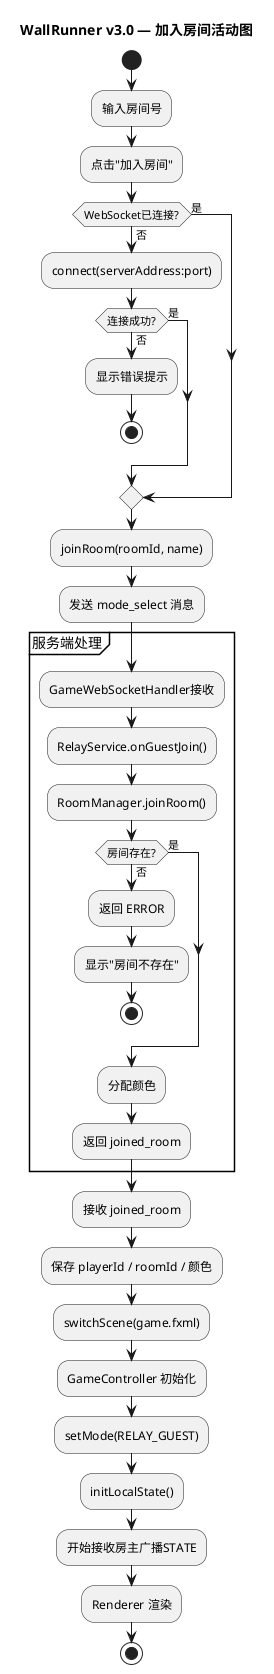
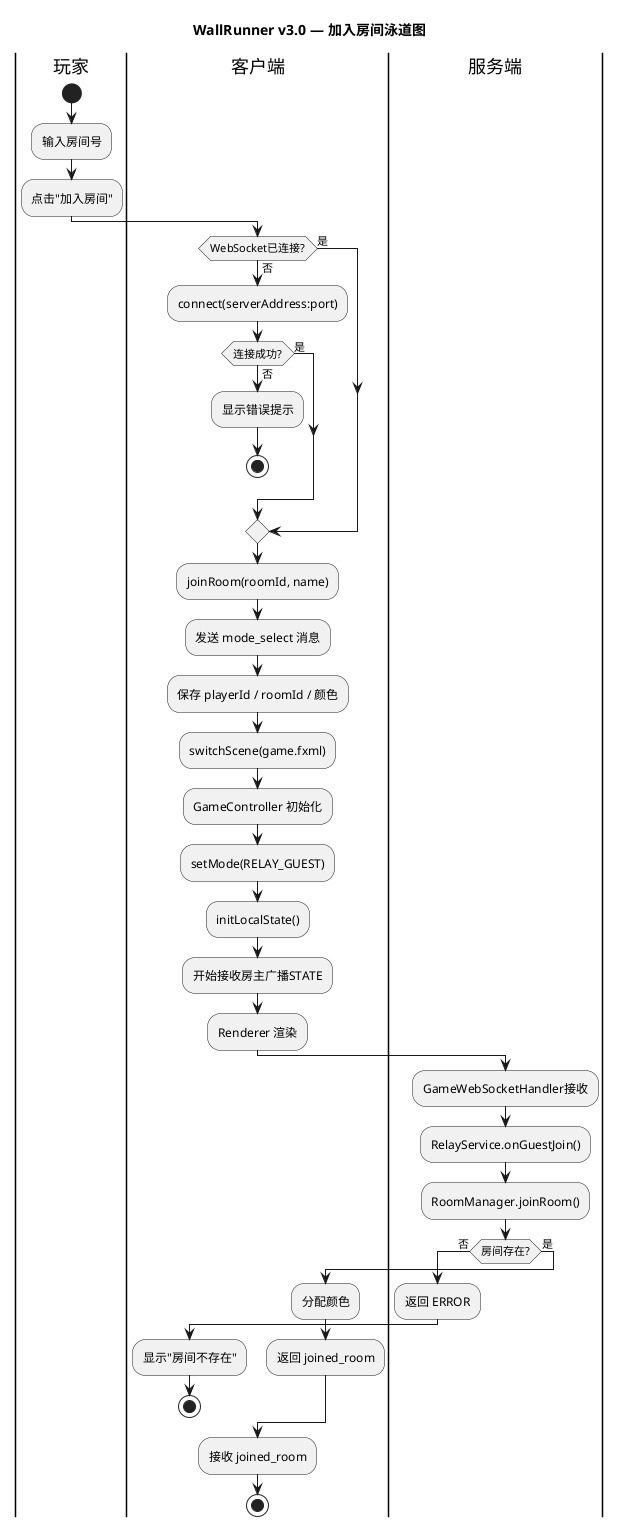
@startuml

- title WallRunner v3.0 — 加入房间活动图
+ title WallRunner v3.0 — 加入房间泳道图

+ |玩家|
start
- 
:输入房间号;
:点击"加入房间";

+ |客户端|
if (WebSocket已连接?) then (否)
  :connect(serverAddress:port);
  if (连接成功?) then (否)
    :显示错误提示;
    stop
  else (是)
  endif
else (是)
endif
- 
:joinRoom(roomId, name);
:发送 mode_select 消息;
- 
- partition "服务端处理" {
-   :GameWebSocketHandler接收;
-   :RelayService.onGuestJoin();
-   :RoomManager.joinRoom();
-   if (房间存在?) then (否)
-     :返回 ERROR;
-     :显示"房间不存在";
-     stop
-   else (是)
-   endif
-   :分配颜色;
-   :返回 joined_room;
- }
- 
- :接收 joined_room;
:保存 playerId / roomId / 颜色;
:switchScene(game.fxml);
:GameController 初始化;
:setMode(RELAY_GUEST);
:initLocalState();
:开始接收房主广播STATE;
:Renderer 渲染;

+ |服务端|
+ :GameWebSocketHandler接收;
+ :RelayService.onGuestJoin();
+ :RoomManager.joinRoom();
+ if (房间存在?) then (否)
+   :返回 ERROR;
+   |客户端|
+   :显示"房间不存在";
+   stop
+ else (是)
+   :分配颜色;
+   :返回 joined_room;
+ endif
+ 
+ |客户端|
+ :接收 joined_room;
+ 
stop
@enduml
